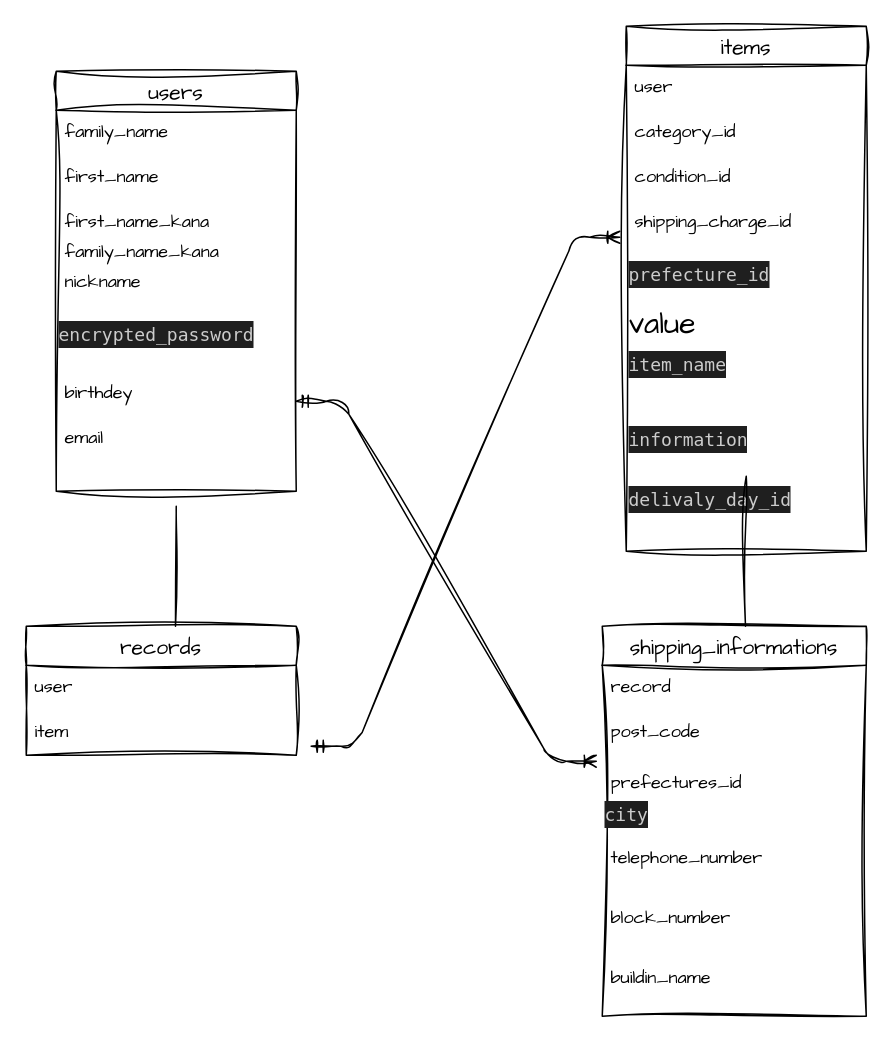
Earlier version of the draw.io diagram test.dio (tsuyu6/furima-39944). Source tidied: cells renumbered, new cells numbered last; positions are measured from the earlier drawing's top-left corner, leaving out a move shared by most shapes. Both pictures are drawn from the tidied source at 150%, with x=0, y=0 at pixel (26, 26).
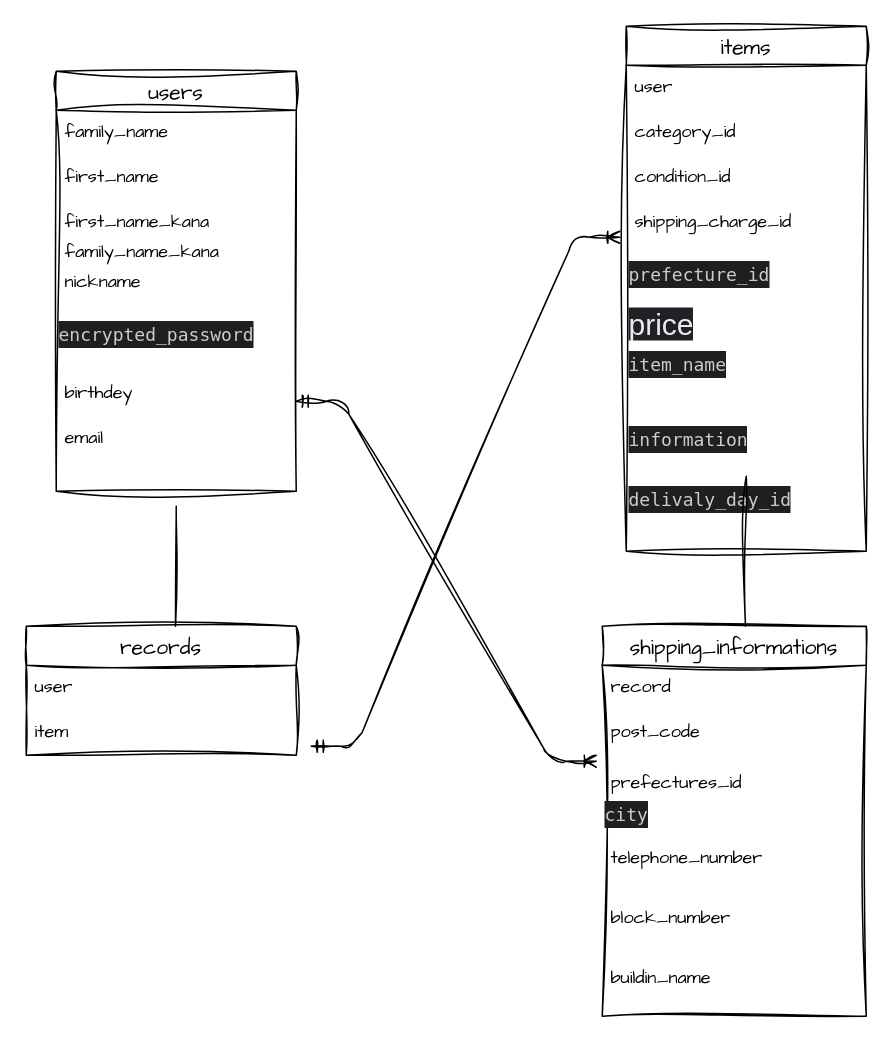
The same page after the edit.

Commit message (it also covers changes not shown here):
データベース設計、修正

The change refers to these unchanged cells:
```xml
<mxCell id="11" value="items" style="swimlane;fontStyle=0;horizontal=1;startSize=26;align=center;fontSize=14;sketch=1;hachureGap=4;jiggle=2;curveFitting=1;fontFamily=Architects Daughter;" parent="1" vertex="1">
  <mxGeometry x="400" width="160" height="350" as="geometry" />
</mxCell>
```

Change to the diagram source:
```diff
@@
-    <mxCell id="17" value="value" style="text;whiteSpace=wrap;html=1;fontSize=20;fontFamily=Architects Daughter;" parent="11" vertex="1">
+    <mxCell id="17" value="&lt;span style=&quot;color: rgb(232, 234, 237); font-family: &amp;quot;Google Sans&amp;quot;, arial, sans-serif; background-color: rgb(32, 33, 36);&quot;&gt;price&lt;/span&gt;" style="text;whiteSpace=wrap;html=1;fontSize=20;fontFamily=Architects Daughter;" parent="11" vertex="1">
       <mxGeometry y="180" width="160" height="30" as="geometry" />
     </mxCell>
```
